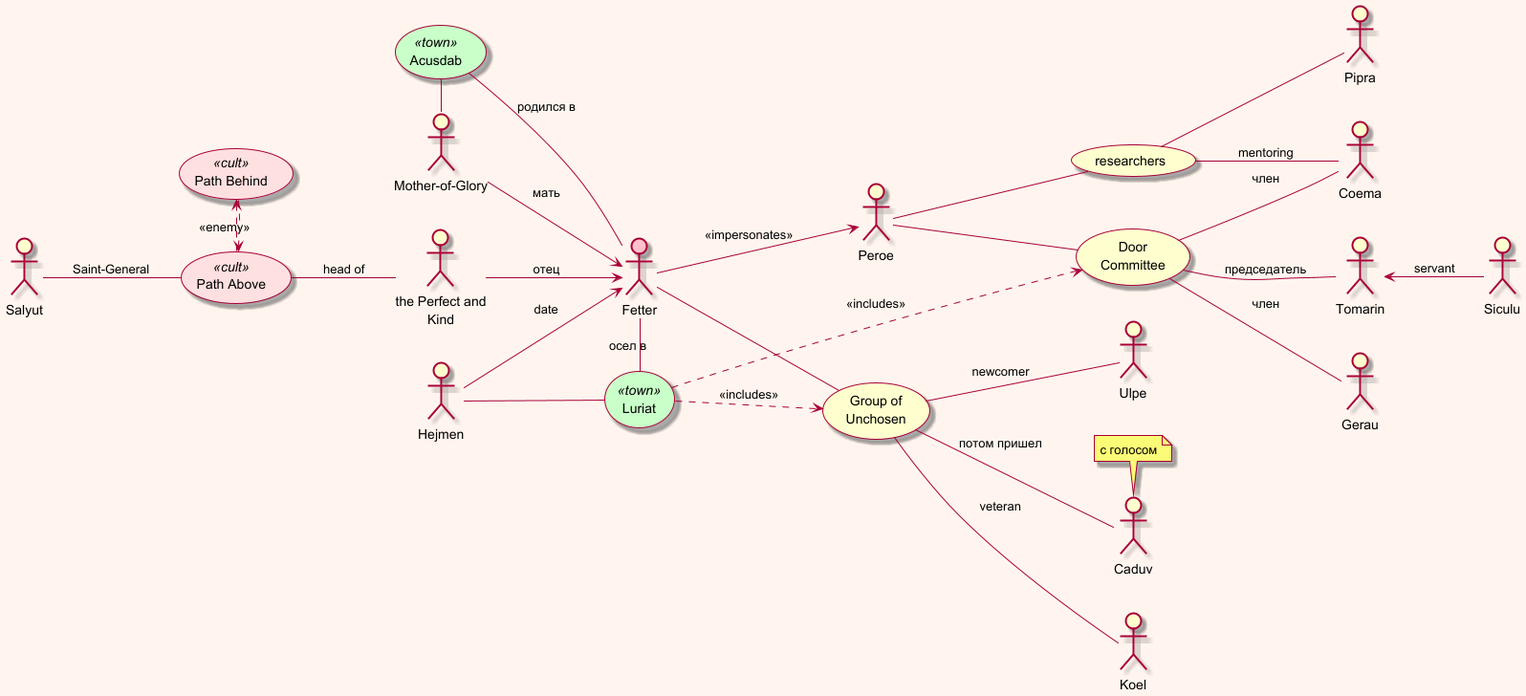
olek3/reading keeps this PlantUML diagram as The Saint of Bright Doors/The Saint of Bright Doors.png. Above is the earlier version.
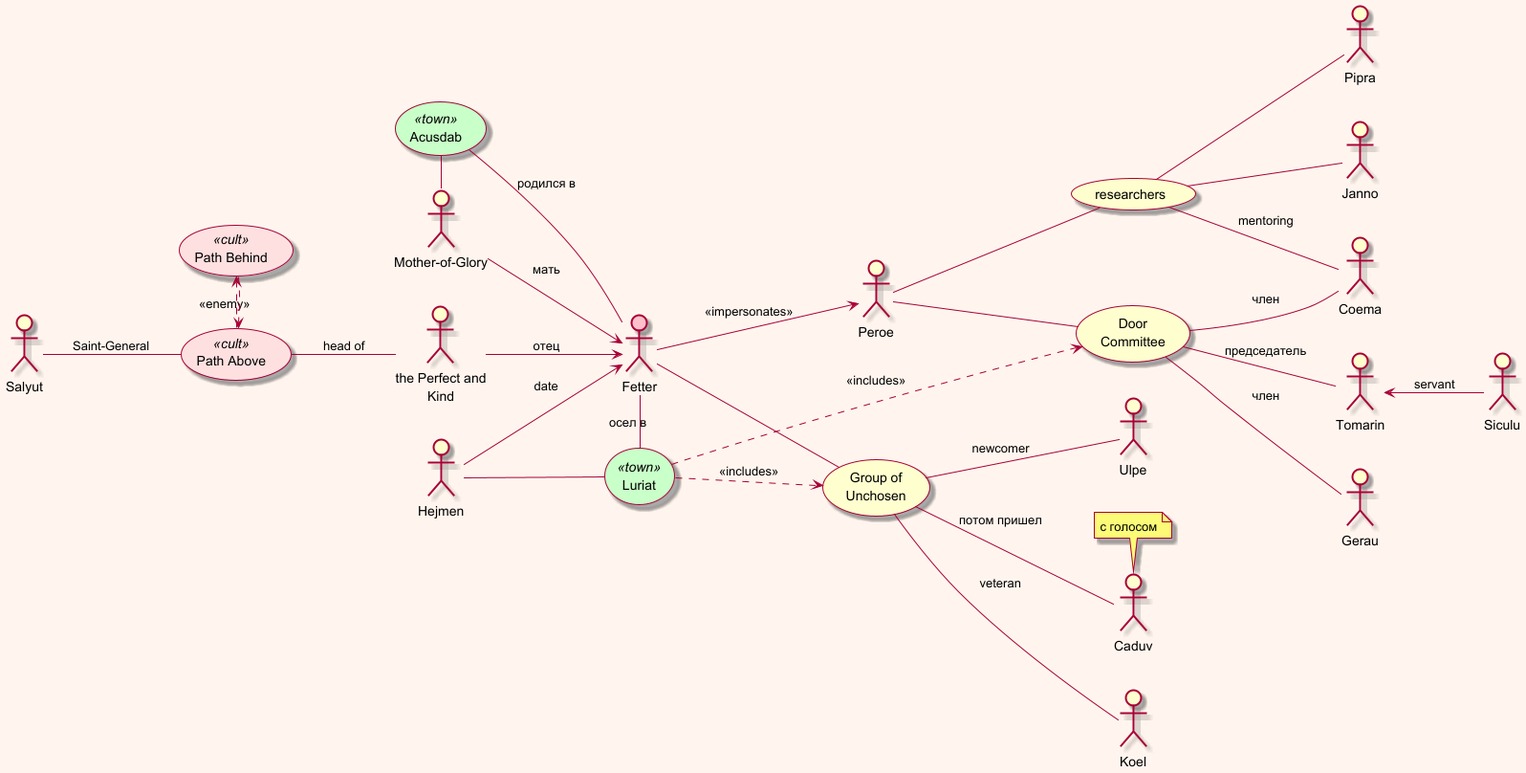
After the commit.

Commit message:
Janno to researchers

Change to the diagram source:
```diff
@@ -82,4 +82,6 @@
 :Peroe: -- (researchers)
 
 
+(researchers) -- :Janno:
+
 @enduml
```
